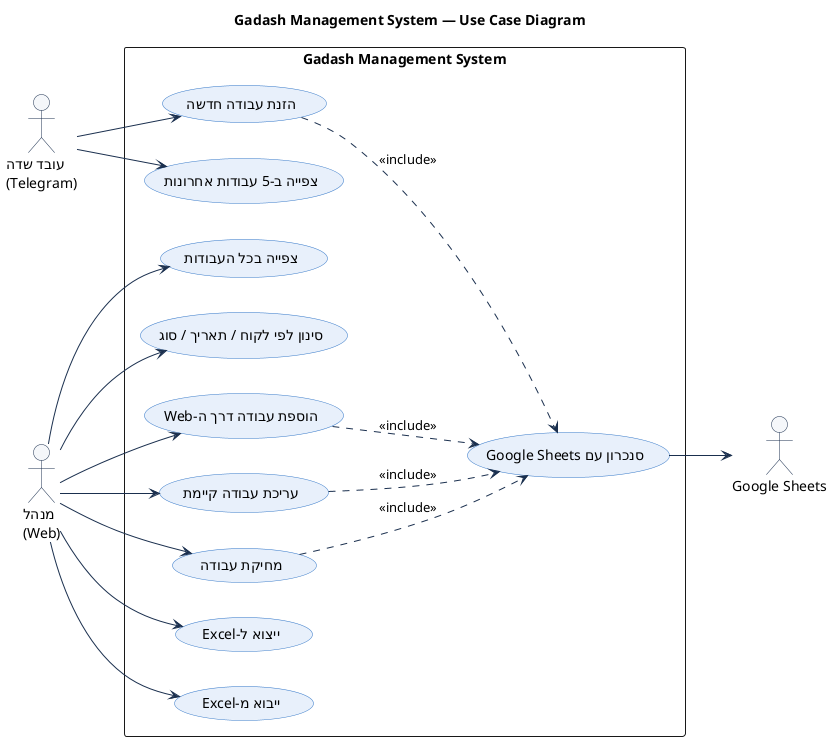
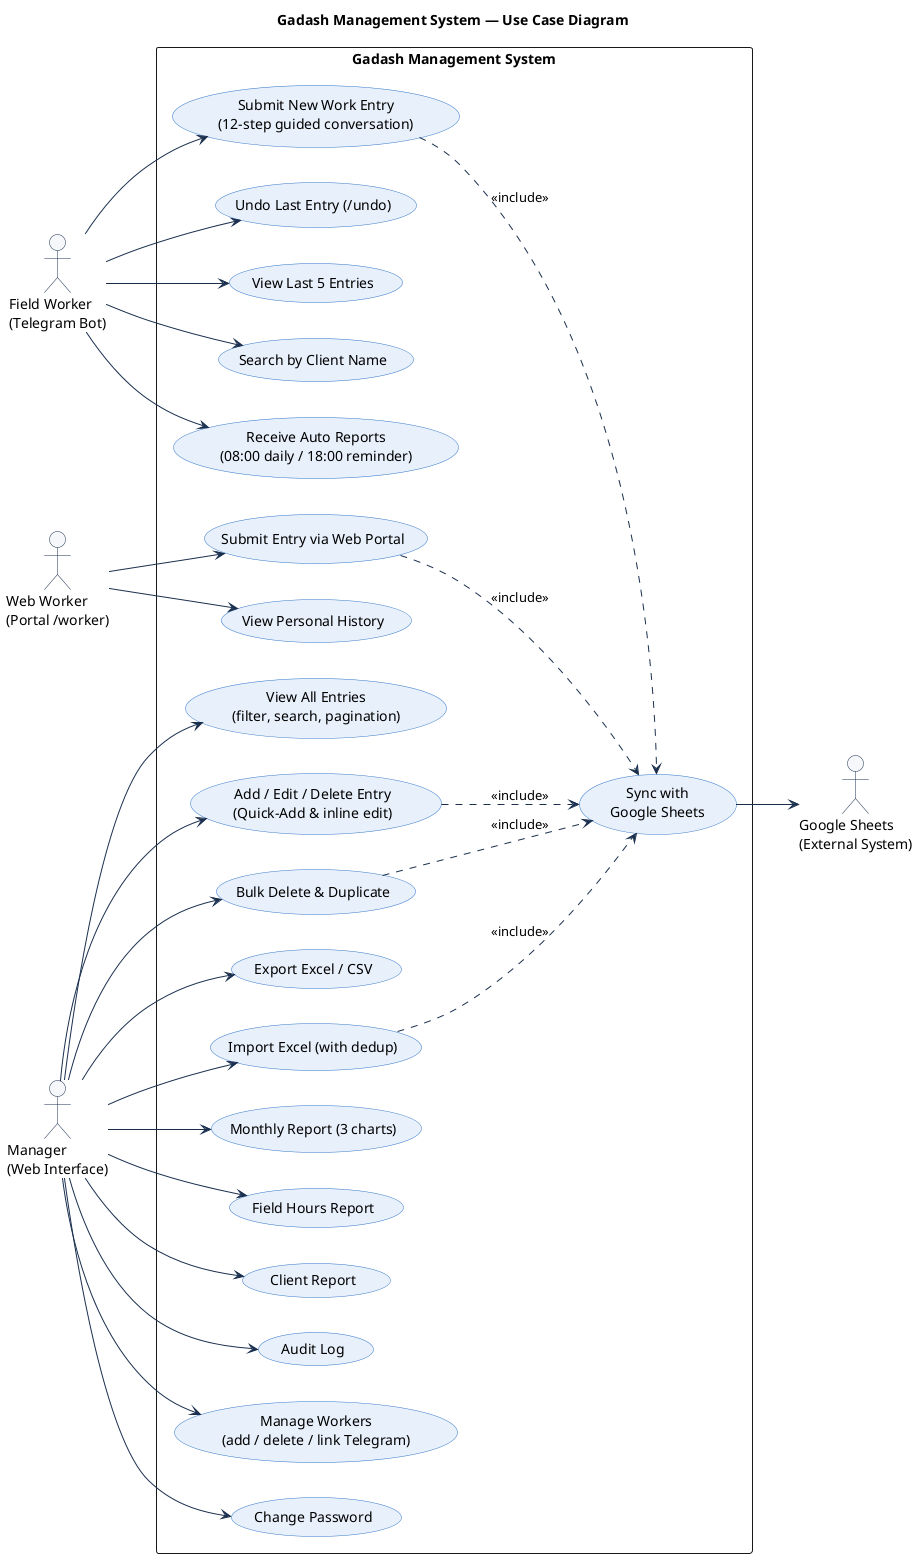
@startuml
title Gadash Management System — Use Case Diagram

left to right direction
+ skinparam backgroundColor #ffffff
skinparam packageStyle rectangle
skinparam usecase {
  BackgroundColor #e8f0fb
  BorderColor #3578c8
  ArrowColor #1a2f4e
+   FontColor #000000
}
skinparam actor {
  BackgroundColor #f5f7fa
  BorderColor #1a2f4e
+   FontColor #000000
}

- actor "עובד שדה\n(Telegram)" as FieldWorker
- actor "מנהל\n(Web)" as Manager
- actor "Google Sheets" as GSheets
+ actor "Field Worker\n(Telegram Bot)" as FieldWorker
+ actor "Web Worker\n(Portal /worker)" as WebWorker
+ actor "Manager\n(Web Interface)" as Manager
+ actor "Google Sheets\n(External System)" as GSheets

rectangle "Gadash Management System" {
-   usecase "הזנת עבודה חדשה" as UC1
-   usecase "צפייה ב-5 עבודות אחרונות" as UC2
-   usecase "צפייה בכל העבודות" as UC3
-   usecase "סינון לפי לקוח / תאריך / סוג" as UC4
-   usecase "הוספת עבודה דרך ה-Web" as UC5
-   usecase "עריכת עבודה קיימת" as UC6
-   usecase "מחיקת עבודה" as UC7
-   usecase "ייצוא ל-Excel" as UC8
-   usecase "ייבוא מ-Excel" as UC9
-   usecase "סנכרון עם Google Sheets" as UC10
+ 
+   usecase "Submit New Work Entry\n(12-step guided conversation)" as UC1
+   usecase "Undo Last Entry (/undo)" as UC2
+   usecase "View Last 5 Entries" as UC3
+   usecase "Search by Client Name" as UC4
+   usecase "Receive Auto Reports\n(08:00 daily / 18:00 reminder)" as UC5
+ 
+   usecase "Submit Entry via Web Portal" as UC6
+   usecase "View Personal History" as UC7
+ 
+   usecase "View All Entries\n(filter, search, pagination)" as UC8
+   usecase "Add / Edit / Delete Entry\n(Quick-Add & inline edit)" as UC9
+   usecase "Bulk Delete & Duplicate" as UC10
+   usecase "Export Excel / CSV" as UC11
+   usecase "Import Excel (with dedup)" as UC12
+   usecase "Monthly Report (3 charts)" as UC13
+   usecase "Field Hours Report" as UC14
+   usecase "Client Report" as UC15
+   usecase "Audit Log" as UC16
+   usecase "Manage Workers\n(add / delete / link Telegram)" as UC17
+   usecase "Change Password" as UC18
+ 
+   usecase "Sync with\nGoogle Sheets" as UC_SYNC
}

FieldWorker --> UC1
FieldWorker --> UC2
- Manager --> UC3
- Manager --> UC4
- Manager --> UC5
- Manager --> UC6
- Manager --> UC7
+ FieldWorker --> UC3
+ FieldWorker --> UC4
+ FieldWorker --> UC5
+ 
+ WebWorker --> UC6
+ WebWorker --> UC7
+ 
Manager --> UC8
Manager --> UC9
- UC1 ..> UC10 : <<include>>
- UC5 ..> UC10 : <<include>>
- UC6 ..> UC10 : <<include>>
- UC7 ..> UC10 : <<include>>
- UC10 --> GSheets
+ Manager --> UC10
+ Manager --> UC11
+ Manager --> UC12
+ Manager --> UC13
+ Manager --> UC14
+ Manager --> UC15
+ Manager --> UC16
+ Manager --> UC17
+ Manager --> UC18
+ 
+ UC1  ..> UC_SYNC : <<include>>
+ UC6  ..> UC_SYNC : <<include>>
+ UC9  ..> UC_SYNC : <<include>>
+ UC10 ..> UC_SYNC : <<include>>
+ UC12 ..> UC_SYNC : <<include>>
+ 
+ UC_SYNC --> GSheets

@enduml
